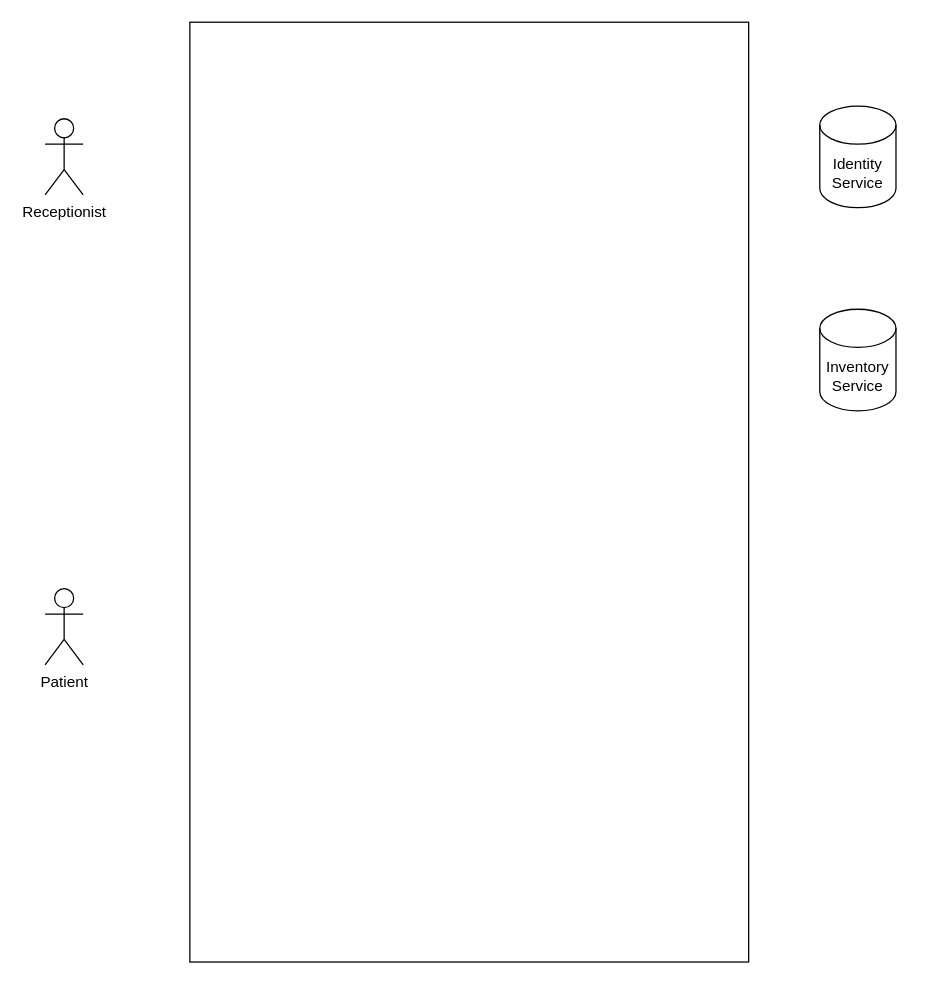
vpolamar/SRE- keeps this draw.io diagram as Use_case2.drawio. Above is the earlier version. Source tidied: cells renumbered, new cells numbered last; positions are measured from the earlier drawing's top-left corner, leaving out a move shared by most shapes. Both pictures are drawn from the tidied source at 127%, with x=0, y=0 at pixel (44, 22).
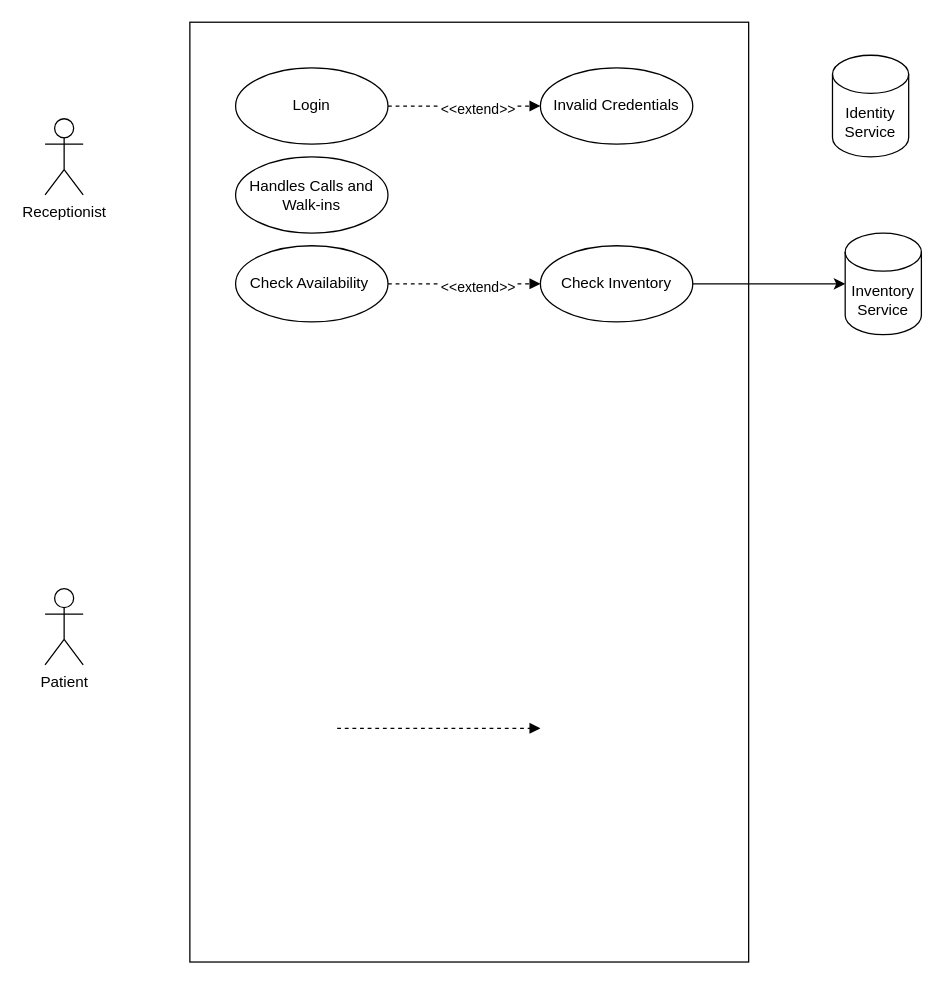
Above is the later version.

What changed in the source:
```diff
@@
 <mxGraphModel>
   <root>
     <mxCell id="0" />
     <mxCell id="1" parent="0" />
     <mxCell id="2" style="rounded=0;whiteSpace=wrap;html=1;" parent="1" vertex="1">
       <mxGeometry x="114" width="440" height="740" as="geometry" />
     </mxCell>
     <mxCell id="3" value="Receptionist" style="shape=umlActor;verticalLabelPosition=bottom;verticalAlign=top;html=1;" parent="1" vertex="1">
       <mxGeometry y="76" width="30" height="60" as="geometry" />
     </mxCell>
     <mxCell id="4" value="Patient" style="shape=umlActor;verticalLabelPosition=bottom;verticalAlign=top;html=1;" parent="1" vertex="1">
       <mxGeometry y="446" width="30" height="60" as="geometry" />
     </mxCell>
     <mxCell id="5" value="Identity Service" style="shape=cylinder3;whiteSpace=wrap;html=1;boundedLbl=1;backgroundOutline=1;size=15;" parent="1" vertex="1">
-      <mxGeometry x="610" y="66" width="60" height="80" as="geometry" />
+      <mxGeometry x="620" y="26" width="60" height="80" as="geometry" />
     </mxCell>
     <mxCell id="6" value="Inventory Service" style="shape=cylinder3;whiteSpace=wrap;html=1;boundedLbl=1;backgroundOutline=1;size=15;" parent="1" vertex="1">
-      <mxGeometry x="610" y="226" width="60" height="80" as="geometry" />
+      <mxGeometry x="630" y="166" width="60" height="80" as="geometry" />
     </mxCell>
+    <mxCell id="7" value="Login" style="ellipse;whiteSpace=wrap;html=1;" parent="1" vertex="1">
+      <mxGeometry x="150" y="36" width="120" height="60" as="geometry" />
+    </mxCell>
+    <mxCell id="8" value="Invalid Credentials" style="ellipse;whiteSpace=wrap;html=1;" parent="1" vertex="1">
+      <mxGeometry x="390" y="36" width="120" height="60" as="geometry" />
+    </mxCell>
+    <mxCell id="9" style="html=1;verticalAlign=bottom;labelBackgroundColor=none;endArrow=block;endFill=1;dashed=1;rounded=0;" parent="1" edge="1">
+      <mxGeometry relative="1" as="geometry">
+        <mxPoint x="230" y="556" as="sourcePoint" />
+        <mxPoint x="390" y="556" as="targetPoint" />
+      </mxGeometry>
+    </mxCell>
+    <mxCell id="10" style="html=1;verticalAlign=bottom;labelBackgroundColor=none;endArrow=block;endFill=1;dashed=1;rounded=0;exitX=1;exitY=0.5;exitDx=0;exitDy=0;entryX=0;entryY=0.5;entryDx=0;entryDy=0;" parent="1" edge="1" source="7" target="8">
+      <mxGeometry relative="1" as="geometry" />
+    </mxCell>
+    <mxCell id="11" value="&amp;lt;&amp;lt;extend&amp;gt;&amp;gt;" style="edgeLabel;html=1;align=center;verticalAlign=middle;" parent="10" vertex="1">
+      <mxGeometry x="0.17" y="-2" relative="1" as="geometry" />
+    </mxCell>
+    <mxCell id="12" value="Check Availability&lt;span style=&quot;white-space: pre;&quot;&gt; &lt;/span&gt;" style="ellipse;whiteSpace=wrap;html=1;" parent="1" vertex="1">
+      <mxGeometry x="150" y="176" width="120" height="60" as="geometry" />
+    </mxCell>
+    <mxCell id="13" value="Check Inventory" style="ellipse;whiteSpace=wrap;html=1;" parent="1" vertex="1">
+      <mxGeometry x="390" y="176" width="120" height="60" as="geometry" />
+    </mxCell>
+    <mxCell id="14" style="html=1;verticalAlign=bottom;labelBackgroundColor=none;endArrow=block;endFill=1;dashed=1;rounded=0;exitX=1;exitY=0.5;exitDx=0;exitDy=0;entryX=0;entryY=0.5;entryDx=0;entryDy=0;" parent="1" edge="1" source="12" target="13">
+      <mxGeometry relative="1" as="geometry" />
+    </mxCell>
+    <mxCell id="15" value="&amp;lt;&amp;lt;extend&amp;gt;&amp;gt;" style="edgeLabel;html=1;align=center;verticalAlign=middle;" parent="14" vertex="1">
+      <mxGeometry x="0.17" y="-2" relative="1" as="geometry" />
+    </mxCell>
+    <mxCell id="16" value="Handles Calls and Walk-ins" style="ellipse;whiteSpace=wrap;html=1;" parent="1" vertex="1">
+      <mxGeometry x="150" y="106" width="120" height="60" as="geometry" />
+    </mxCell>
+    <mxCell id="17" style="endArrow=classic;html=1;rounded=0;entryX=0;entryY=0.5;entryDx=0;entryDy=0;entryPerimeter=0;exitX=1;exitY=0.5;exitDx=0;exitDy=0;" parent="1" edge="1" source="13" target="6">
+      <mxGeometry relative="1" as="geometry" />
+    </mxCell>
   </root>
 </mxGraphModel>
```
